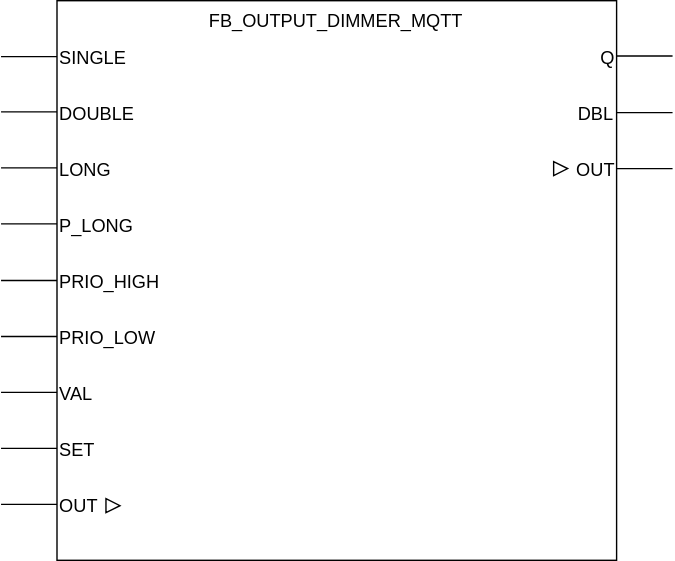
Above: docs/_img/FB_OUTPUT_DIMMER_MQTT.svg in MichielVanwelsenaere/HomeAutomation.CoDeSys3 (draw.io), before the change. Source tidied: cells renumbered, new cells last; positions are measured from the earlier drawing's top-left corner, leaving out a move shared by most shapes.
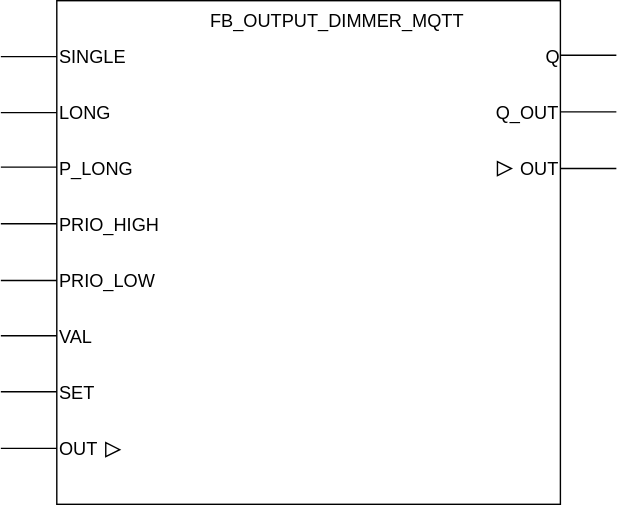
After the change.

Commit message:
Enhancing dimmer output function block (#75)

Change to the diagram source:
```diff
@@ -3,80 +3,59 @@
     <mxCell id="0" />
     <mxCell id="1" parent="0" />
     <mxCell id="2" style="whiteSpace=wrap;html=1;" parent="1" vertex="1">
-      <mxGeometry x="40" width="400" height="400" as="geometry" />
+      <mxGeometry x="40" y="40" width="360" height="360" as="geometry" />
     </mxCell>
     <mxCell id="3" value="FB_OUTPUT_DIMMER_MQTT" style="text;html=1;align=center;fontSize=13;" parent="1" vertex="1">
-      <mxGeometry x="137.5" width="205" height="30" as="geometry" />
+      <mxGeometry x="137.5" y="40" width="205" height="30" as="geometry" />
     </mxCell>
     <mxCell id="4" style="endArrow=none;html=1;fontSize=13;" parent="1" edge="1">
       <mxGeometry relative="1" as="geometry">
-        <mxPoint x="40" y="40" as="sourcePoint" />
-        <mxPoint y="40" as="targetPoint" />
+        <mxPoint x="40" y="80" as="sourcePoint" />
+        <mxPoint y="80" as="targetPoint" />
         <Array as="points">
-          <mxPoint x="40" y="40" />
+          <mxPoint x="40" y="80" />
         </Array>
       </mxGeometry>
     </mxCell>
     <mxCell id="5" value="SINGLE" style="text;html=1;strokeColor=none;fillColor=none;align=left;verticalAlign=middle;whiteSpace=wrap;rounded=0;fontSize=13;" parent="1" vertex="1">
-      <mxGeometry x="40" y="30" width="80" height="20" as="geometry" />
+      <mxGeometry x="40" y="70" width="80" height="20" as="geometry" />
     </mxCell>
     <mxCell id="6" style="endArrow=none;html=1;fontSize=13;" parent="1" edge="1">
       <mxGeometry relative="1" as="geometry">
-        <mxPoint x="440" y="39.5" as="sourcePoint" />
-        <mxPoint x="480" y="39.5" as="targetPoint" />
+        <mxPoint x="400" y="79" as="sourcePoint" />
+        <mxPoint x="440" y="79" as="targetPoint" />
         <Array as="points">
-          <mxPoint x="440" y="39.5" />
+          <mxPoint x="400" y="79" />
         </Array>
       </mxGeometry>
     </mxCell>
-    <mxCell id="7" style="endArrow=none;html=1;fontSize=13;" parent="1" edge="1">
-      <mxGeometry relative="1" as="geometry">
-        <mxPoint x="440" y="80" as="sourcePoint" />
-        <mxPoint x="480" y="80" as="targetPoint" />
-        <Array as="points">
-          <mxPoint x="440" y="80" />
-        </Array>
-      </mxGeometry>
-    </mxCell>
     <mxCell id="8" value="Q" style="text;html=1;strokeColor=none;fillColor=none;align=right;verticalAlign=middle;whiteSpace=wrap;rounded=0;fontSize=13;" parent="1" vertex="1">
-      <mxGeometry x="360" y="30" width="80" height="20" as="geometry" />
+      <mxGeometry x="320" y="70" width="80" height="20" as="geometry" />
     </mxCell>
-    <mxCell id="9" value="&lt;div style=&quot;text-align: right&quot;&gt;&lt;span&gt;DBL&lt;/span&gt;&lt;/div&gt;" style="text;html=1;strokeColor=none;fillColor=none;align=right;verticalAlign=middle;whiteSpace=wrap;rounded=0;fontSize=13;" parent="1" vertex="1">
-      <mxGeometry x="360" y="70" width="80" height="20" as="geometry" />
-    </mxCell>
-    <mxCell id="10" value="&lt;div style=&quot;text-align: right&quot;&gt;&lt;span&gt;OUT&lt;/span&gt;&lt;/div&gt;" style="text;html=1;strokeColor=none;fillColor=none;align=right;verticalAlign=middle;whiteSpace=wrap;rounded=0;fontSize=13;" parent="1" vertex="1">
-      <mxGeometry x="360" y="110" width="80" height="20" as="geometry" />
+    <mxCell id="10" value="&lt;div style=&quot;text-align: right&quot;&gt;&lt;span&gt;Q_OUT&lt;/span&gt;&lt;/div&gt;" style="text;html=1;strokeColor=none;fillColor=none;align=right;verticalAlign=middle;whiteSpace=wrap;rounded=0;fontSize=13;" parent="1" vertex="1">
+      <mxGeometry x="320" y="110" width="80" height="20" as="geometry" />
     </mxCell>
     <mxCell id="11" style="endArrow=none;html=1;fontSize=13;" parent="1" edge="1">
       <mxGeometry relative="1" as="geometry">
-        <mxPoint x="440" y="120" as="sourcePoint" />
-        <mxPoint x="480" y="120" as="targetPoint" />
+        <mxPoint x="400" y="119.5" as="sourcePoint" />
+        <mxPoint x="440" y="119.5" as="targetPoint" />
       </mxGeometry>
     </mxCell>
-    <mxCell id="12" style="endArrow=none;html=1;fontSize=13;" parent="1" edge="1">
-      <mxGeometry relative="1" as="geometry">
-        <mxPoint x="40" y="79.5" as="sourcePoint" />
-        <mxPoint y="79.5" as="targetPoint" />
-        <Array as="points">
-          <mxPoint x="40" y="79.5" />
-        </Array>
-      </mxGeometry>
-    </mxCell>
     <mxCell id="13" style="endArrow=none;html=1;fontSize=13;" parent="1" edge="1">
       <mxGeometry relative="1" as="geometry">
-        <mxPoint x="40" y="119.5" as="sourcePoint" />
-        <mxPoint y="119.5" as="targetPoint" />
+        <mxPoint x="40" y="120" as="sourcePoint" />
+        <mxPoint y="120" as="targetPoint" />
         <Array as="points">
-          <mxPoint x="40" y="119.5" />
+          <mxPoint x="40" y="120" />
         </Array>
       </mxGeometry>
     </mxCell>
     <mxCell id="14" style="endArrow=none;html=1;fontSize=13;" parent="1" edge="1">
       <mxGeometry relative="1" as="geometry">
-        <mxPoint x="40" y="159.5" as="sourcePoint" />
-        <mxPoint y="159.5" as="targetPoint" />
+        <mxPoint x="40" y="159" as="sourcePoint" />
+        <mxPoint y="159" as="targetPoint" />
         <Array as="points">
-          <mxPoint x="40" y="159.5" />
+          <mxPoint x="40" y="159" />
         </Array>
       </mxGeometry>
     </mxCell>
@@ -91,10 +70,10 @@
     </mxCell>
     <mxCell id="18" style="endArrow=none;html=1;fontSize=13;" parent="1" edge="1">
       <mxGeometry relative="1" as="geometry">
-        <mxPoint x="40" y="200" as="sourcePoint" />
-        <mxPoint y="200" as="targetPoint" />
+        <mxPoint x="40" y="199.5" as="sourcePoint" />
+        <mxPoint y="199.5" as="targetPoint" />
         <Array as="points">
-          <mxPoint x="40" y="200" />
+          <mxPoint x="40" y="199.5" />
         </Array>
       </mxGeometry>
     </mxCell>
@@ -109,16 +88,13 @@
     </mxCell>
     <mxCell id="20" style="endArrow=none;html=1;fontSize=13;" parent="1" edge="1">
       <mxGeometry relative="1" as="geometry">
-        <mxPoint x="40" y="280" as="sourcePoint" />
-        <mxPoint y="280" as="targetPoint" />
+        <mxPoint x="40" y="279.5" as="sourcePoint" />
+        <mxPoint y="279.5" as="targetPoint" />
         <Array as="points">
-          <mxPoint x="40" y="280" />
+          <mxPoint x="40" y="279.5" />
         </Array>
       </mxGeometry>
     </mxCell>
-    <mxCell id="21" value="DOUBLE&lt;span style=&quot;font-family: &amp;#34;helvetica&amp;#34; , &amp;#34;arial&amp;#34; , sans-serif ; font-size: 0px ; white-space: nowrap&quot;&gt;%3CmxGraphModel%3E%3Croot%3E%3CmxCell%20id%3D%220%22%2F%3E%3CmxCell%20id%3D%221%22%20parent%3D%220%22%2F%3E%3CmxCell%20id%3D%222%22%20value%3D%22SINGLE%22%20style%3D%22text%3Bhtml%3D1%3BstrokeColor%3Dnone%3BfillColor%3Dnone%3Balign%3Dleft%3BverticalAlign%3Dmiddle%3BwhiteSpace%3Dwrap%3Brounded%3D0%3BfontSize%3D13%3B%22%20vertex%3D%221%22%20parent%3D%221%22%3E%3CmxGeometry%20x%3D%22120%22%20y%3D%22230%22%20width%3D%2280%22%20height%3D%2220%22%20as%3D%22geometry%22%2F%3E%3C%2FmxCell%3E%3C%2Froot%3E%3C%2FmxGraphModel%3E&lt;/span&gt;" style="text;html=1;strokeColor=none;fillColor=none;align=left;verticalAlign=middle;whiteSpace=wrap;rounded=0;fontSize=13;" parent="1" vertex="1">
-      <mxGeometry x="40" y="70" width="80" height="20" as="geometry" />
-    </mxCell>
     <mxCell id="22" value="LONG" style="text;html=1;strokeColor=none;fillColor=none;align=left;verticalAlign=middle;whiteSpace=wrap;rounded=0;fontSize=13;" parent="1" vertex="1">
       <mxGeometry x="40" y="110" width="80" height="20" as="geometry" />
     </mxCell>
@@ -129,23 +105,23 @@
       <mxGeometry x="75" y="356" width="10" height="10" as="geometry" />
     </mxCell>
     <mxCell id="25" style="triangle;whiteSpace=wrap;html=1;" parent="1" vertex="1">
-      <mxGeometry x="395" y="115" width="10" height="10" as="geometry" />
+      <mxGeometry x="355" y="155" width="10" height="10" as="geometry" />
     </mxCell>
     <mxCell id="26" style="endArrow=none;html=1;fontSize=13;" parent="1" edge="1">
       <mxGeometry relative="1" as="geometry">
-        <mxPoint x="40" y="360" as="sourcePoint" />
-        <mxPoint y="360" as="targetPoint" />
+        <mxPoint x="40" y="319.5" as="sourcePoint" />
+        <mxPoint y="319.5" as="targetPoint" />
         <Array as="points">
-          <mxPoint x="40" y="360" />
+          <mxPoint x="40" y="319.5" />
         </Array>
       </mxGeometry>
     </mxCell>
     <mxCell id="27" style="endArrow=none;html=1;fontSize=13;" parent="1" edge="1">
       <mxGeometry relative="1" as="geometry">
-        <mxPoint x="40" y="320" as="sourcePoint" />
-        <mxPoint y="320" as="targetPoint" />
+        <mxPoint x="40" y="360" as="sourcePoint" />
+        <mxPoint y="360" as="targetPoint" />
         <Array as="points">
-          <mxPoint x="40" y="320" />
+          <mxPoint x="40" y="360" />
         </Array>
       </mxGeometry>
     </mxCell>
@@ -155,5 +131,14 @@
     <mxCell id="29" value="PRIO_HIGH" style="text;html=1;strokeColor=none;fillColor=none;align=left;verticalAlign=middle;whiteSpace=wrap;rounded=0;fontSize=13;" parent="1" vertex="1">
       <mxGeometry x="40" y="190" width="80" height="20" as="geometry" />
     </mxCell>
+    <mxCell id="30" value="&lt;div style=&quot;text-align: right&quot;&gt;&lt;span&gt;OUT&lt;/span&gt;&lt;/div&gt;" style="text;html=1;strokeColor=none;fillColor=none;align=right;verticalAlign=middle;whiteSpace=wrap;rounded=0;fontSize=13;" parent="1" vertex="1">
+      <mxGeometry x="320" y="150" width="80" height="20" as="geometry" />
+    </mxCell>
+    <mxCell id="31" style="endArrow=none;html=1;fontSize=13;" parent="1" edge="1">
+      <mxGeometry relative="1" as="geometry">
+        <mxPoint x="400" y="160" as="sourcePoint" />
+        <mxPoint x="440" y="160" as="targetPoint" />
+      </mxGeometry>
+    </mxCell>
   </root>
 </mxGraphModel>
```
